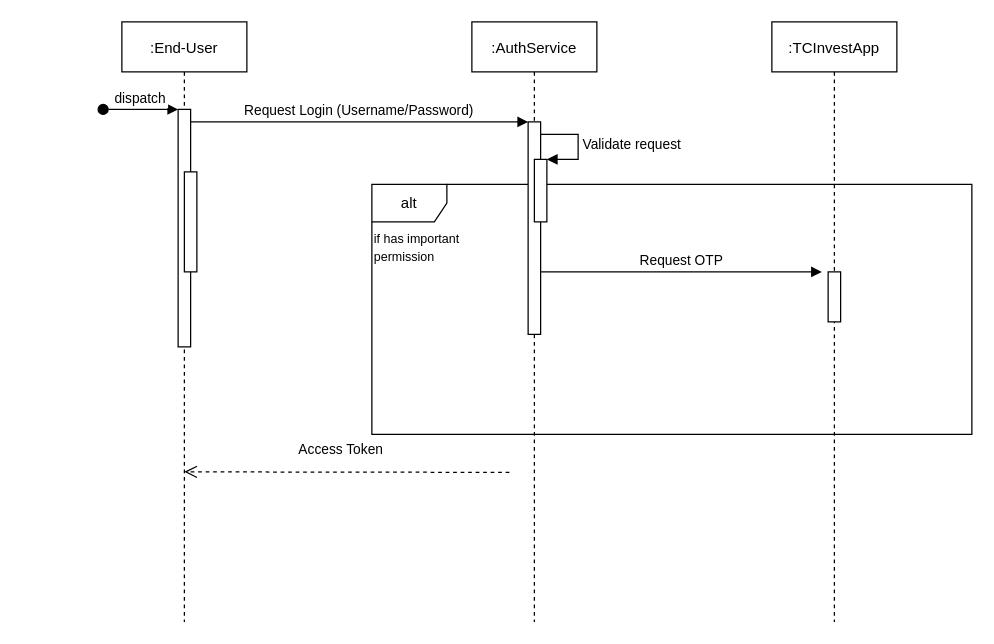
Above: Untitled Diagram.drawio in ndhcoder/my-configs (draw.io), before the change. Source tidied: cells renumbered, new cells numbered last; positions are measured from the earlier drawing's top-left corner, leaving out a move shared by most shapes. Both pictures are drawn from the tidied source at 125%, with x=0, y=0 at pixel (102, 21).
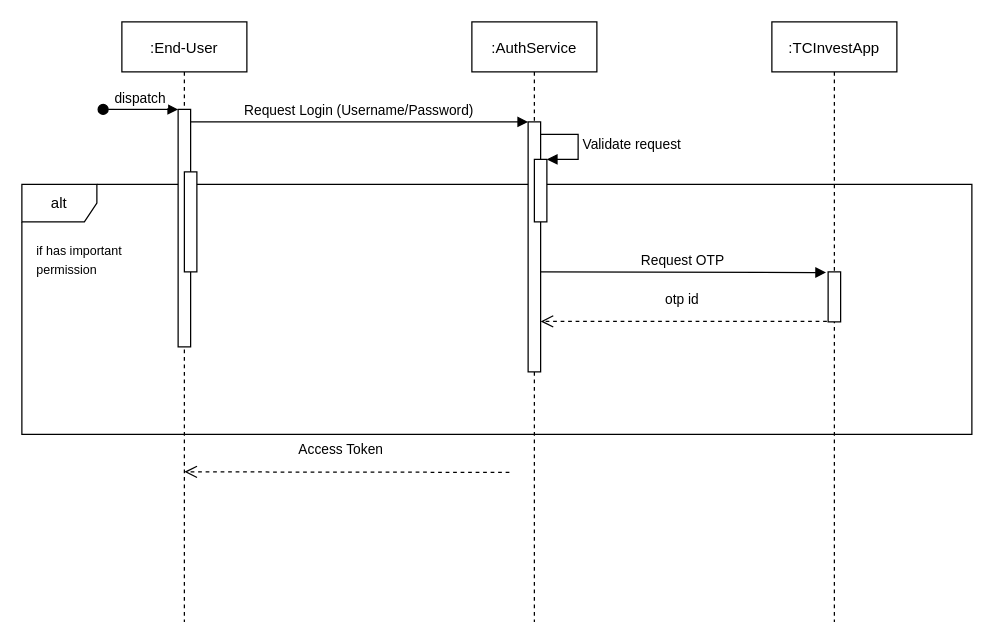
After the change.

The change refers to these unchanged cells:
```xml
<mxCell id="2" value=":End-User" style="shape=umlLifeline;perimeter=lifelinePerimeter;rounded=0;shadow=0;strokeWidth=1;" parent="1" vertex="1">
  <mxGeometry x="15" width="100" height="480" as="geometry" />
</mxCell>
<mxCell id="6" value=":AuthService" style="shape=umlLifeline;perimeter=lifelinePerimeter;rounded=0;shadow=0;strokeWidth=1;" parent="1" vertex="1">
  <mxGeometry x="295" width="100" height="480" as="geometry" />
</mxCell>
<mxCell id="15" style="points=[];perimeter=orthogonalPerimeter;rounded=0;shadow=0;strokeWidth=1;" parent="14" vertex="1">
  <mxGeometry x="45" y="200" width="10" height="40" as="geometry" />
</mxCell>
```

Diff of the diagram source:
```diff
@@
+    <mxCell id="7" value="alt" style="shape=umlFrame;whiteSpace=wrap;html=1;" parent="2" vertex="1">
+      <mxGeometry x="-80" y="130" width="760" height="200" as="geometry" />
+    </mxCell>
@@
+    <mxCell id="16" value="&lt;font style=&quot;font-size: 10px;&quot;&gt;if has important&lt;br&gt;permission&lt;/font&gt;" style="text;html=1;align=left;verticalAlign=middle;strokeColor=none;fillColor=none;" parent="2" vertex="1">
+      <mxGeometry x="-70" y="170" width="80" height="40" as="geometry" />
+    </mxCell>
@@
-    <mxCell id="7" value="alt" style="shape=umlFrame;whiteSpace=wrap;html=1;" parent="6" vertex="1">
-      <mxGeometry x="-80" y="130" width="480" height="200" as="geometry" />
-    </mxCell>
     <mxCell id="8" style="points=[];perimeter=orthogonalPerimeter;rounded=0;shadow=0;strokeWidth=1;" parent="6" vertex="1">
-      <mxGeometry x="45" y="80" width="10" height="170" as="geometry" />
+      <mxGeometry x="45" y="80" width="10" height="200" as="geometry" />
     </mxCell>
@@
-    <mxCell id="11" value="Request OTP" style="verticalAlign=bottom;endArrow=block;shadow=0;strokeWidth=1;" parent="6" edge="1">
+    <mxCell id="11" value="Request OTP" style="verticalAlign=bottom;endArrow=block;shadow=0;strokeWidth=1;entryX=-0.167;entryY=0.013;entryDx=0;entryDy=0;entryPerimeter=0;" parent="6" edge="1" target="15">
       <mxGeometry relative="1" as="geometry">
         <mxPoint x="55" y="200" as="sourcePoint" />
-        <mxPoint x="280" y="200" as="targetPoint" />
       </mxGeometry>
     </mxCell>
+    <mxCell id="17" value="otp id" style="html=1;verticalAlign=bottom;endArrow=open;dashed=1;endSize=8;rounded=0;exitX=0.5;exitY=0.992;exitDx=0;exitDy=0;exitPerimeter=0;" parent="6" edge="1" source="15">
+      <mxGeometry x="0.04" y="-9" relative="1" as="geometry">
+        <mxPoint x="55" y="239.6" as="targetPoint" />
+      </mxGeometry>
+    </mxCell>
@@
-    <mxCell id="16" value="&lt;font style=&quot;font-size: 10px;&quot;&gt;if has important&lt;br&gt;permission&lt;/font&gt;" style="text;html=1;align=left;verticalAlign=middle;strokeColor=none;fillColor=none;" parent="1" vertex="1">
-      <mxGeometry x="215" y="160" width="80" height="40" as="geometry" />
-    </mxCell>
```
